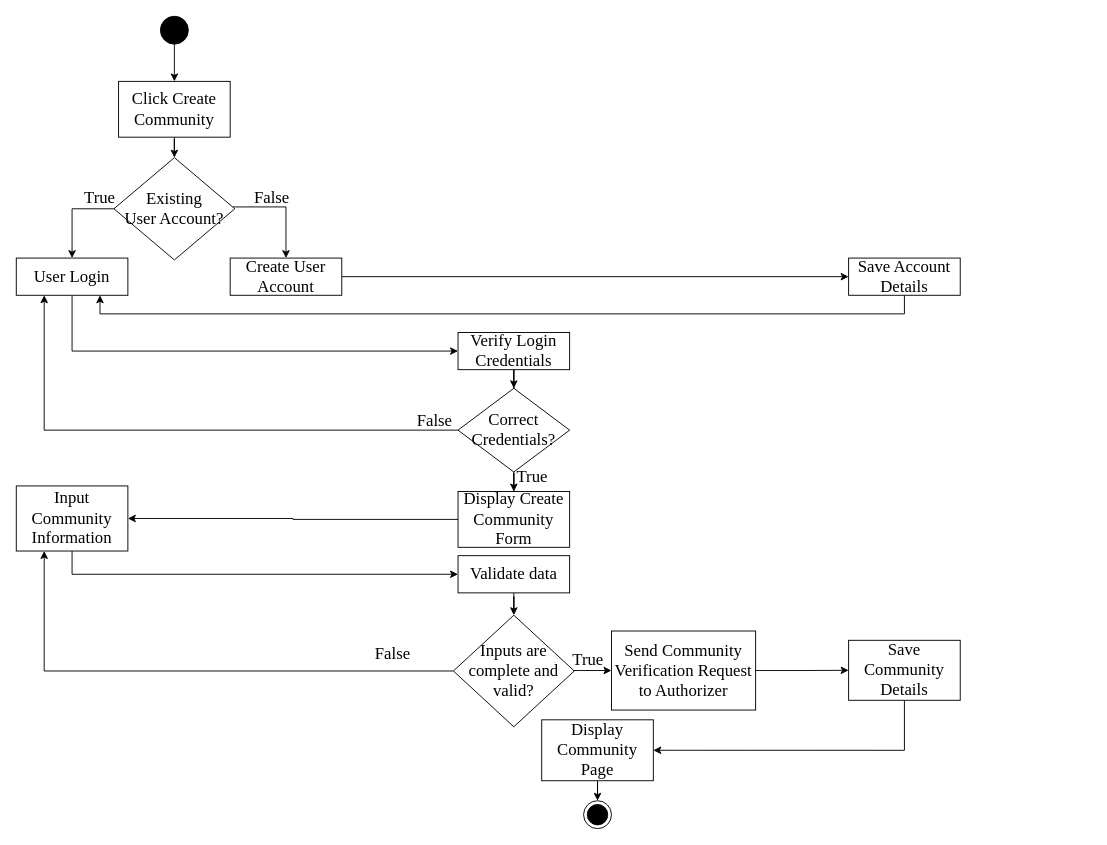
The draw.io diagram page "CommunityCreation" (5 of 12) of ConnexUs_Chap3.drawio in gvillanueva01/ConnexUs_diagrams, before the edit. Source tidied: cells renumbered, new cells numbered last; positions are measured from the earlier drawing's top-left corner, leaving out a move shared by most shapes. Both pictures are drawn from the tidied source at 93%, with x=0, y=0 at pixel (16, 16).
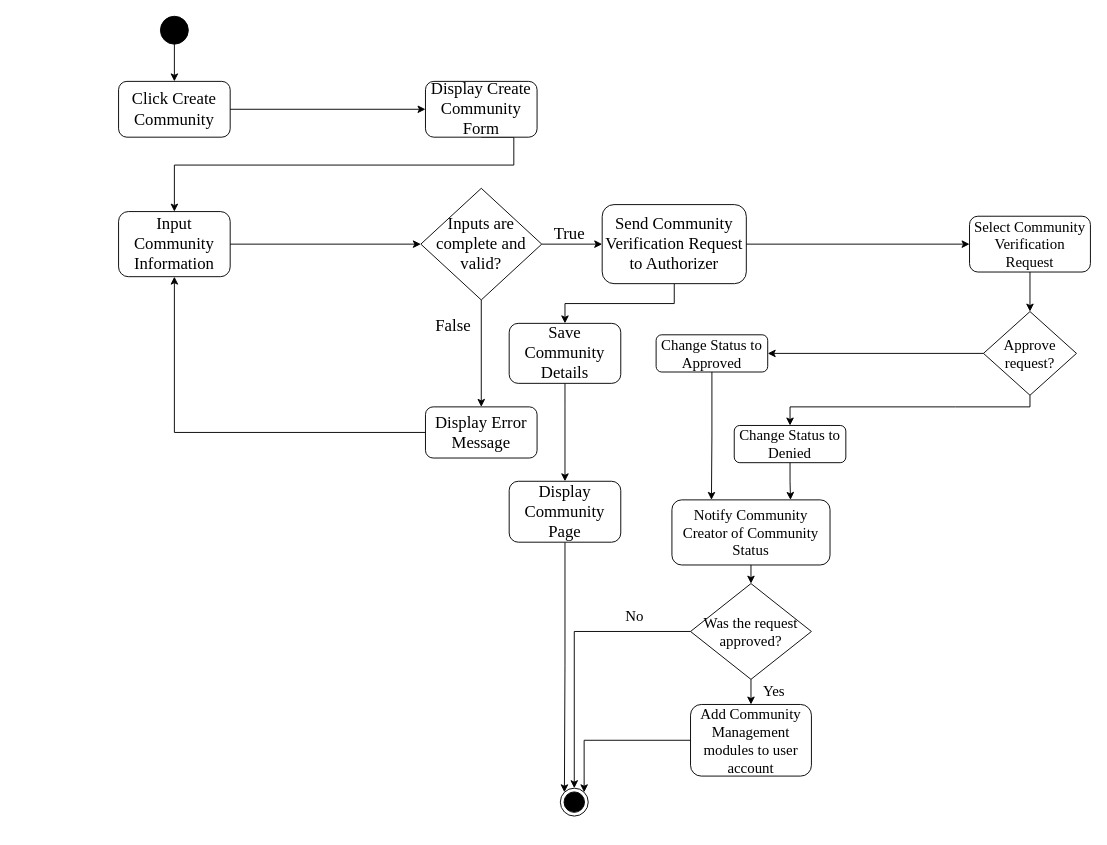
The same page after the edit.

Change to the diagram source:
```diff
@@
-    <mxCell id="4" style="edgeStyle=orthogonalEdgeStyle;rounded=0;jettySize=auto;html=1;entryX=0.5;entryY=0;entryDx=0;entryDy=0;fontSize=18;" parent="1" edge="1" source="5" target="15">
-      <mxGeometry relative="1" as="geometry" />
-    </mxCell>
-    <mxCell id="5" value="Click Create Community" style="rounded=0;whiteSpace=wrap;html=1;fontFamily=Times New Roman;fontSize=18;" parent="1" vertex="1">
+    <mxCell id="5" value="Click Create Community" style="rounded=1;whiteSpace=wrap;html=1;fontFamily=Times New Roman;fontSize=18;" parent="1" vertex="1">
       <mxGeometry x="110" y="70" width="120" height="60" as="geometry" />
     </mxCell>
-    <mxCell id="6" style="edgeStyle=orthogonalEdgeStyle;rounded=0;jettySize=auto;html=1;entryX=0.75;entryY=1;entryDx=0;entryDy=0;fontSize=18;" parent="1" edge="1" source="7" target="19">
-      <mxGeometry relative="1" as="geometry">
-        <Array as="points">
-          <mxPoint x="955" y="320" />
-          <mxPoint x="90" y="320" />
-        </Array>
-      </mxGeometry>
-    </mxCell>
-    <mxCell id="7" value="Save Account Details" style="rounded=0;whiteSpace=wrap;html=1;fontFamily=Times New Roman;fontSize=18;" parent="1" vertex="1">
-      <mxGeometry x="895" y="260" width="120" height="40" as="geometry" />
-    </mxCell>
-    <mxCell id="8" style="edgeStyle=orthogonalEdgeStyle;rounded=0;jettySize=auto;html=1;fontSize=18;" parent="1" edge="1" source="9" target="23">
-      <mxGeometry relative="1" as="geometry" />
+    <mxCell id="8" style="edgeStyle=orthogonalEdgeStyle;rounded=0;jettySize=auto;html=1;fontSize=18;entryX=0.5;entryY=0;entryDx=0;entryDy=0;exitX=0.5;exitY=1;exitDx=0;exitDy=0;" parent="1" edge="1" source="9" target="23">
+      <mxGeometry relative="1" as="geometry">
+        <Array as="points">
+          <mxPoint x="535" y="160" />
+          <mxPoint x="170" y="160" />
+        </Array>
+      </mxGeometry>
     </mxCell>
-    <mxCell id="9" value="Display Create Community Form" style="rounded=0;whiteSpace=wrap;html=1;fontFamily=Times New Roman;fontSize=18;" parent="1" vertex="1">
-      <mxGeometry x="475" y="511" width="120" height="60" as="geometry" />
+    <mxCell id="9" value="Display Create Community Form" style="rounded=1;whiteSpace=wrap;html=1;fontFamily=Times New Roman;fontSize=18;" parent="1" vertex="1">
+      <mxGeometry x="440" y="70" width="120" height="60" as="geometry" />
     </mxCell>
-    <mxCell id="10" style="edgeStyle=orthogonalEdgeStyle;rounded=0;jettySize=auto;html=1;entryX=0.25;entryY=1;entryDx=0;entryDy=0;fontSize=18;" parent="1" edge="1" source="12" target="19">
-      <mxGeometry relative="1" as="geometry" />
-    </mxCell>
-    <mxCell id="11" style="edgeStyle=orthogonalEdgeStyle;rounded=0;jettySize=auto;html=1;entryX=0.5;entryY=0;entryDx=0;entryDy=0;fontSize=18;" parent="1" edge="1" source="12" target="9">
-      <mxGeometry relative="1" as="geometry" />
-    </mxCell>
-    <mxCell id="12" value="&lt;font face=&quot;Times New Roman&quot; style=&quot;font-size: 18px;&quot;&gt;Correct Credentials?&lt;/font&gt;" style="shape=rhombus;html=1;dashed=0;whiteSpace=wrap;perimeter=rhombusPerimeter;fontSize=18;" parent="1" vertex="1">
-      <mxGeometry x="475" y="400" width="120" height="90" as="geometry" />
-    </mxCell>
-    <mxCell id="13" style="edgeStyle=orthogonalEdgeStyle;rounded=0;jettySize=auto;html=1;exitX=0;exitY=0.5;exitDx=0;exitDy=0;fontSize=18;" parent="1" edge="1" source="15" target="19">
-      <mxGeometry relative="1" as="geometry" />
-    </mxCell>
-    <mxCell id="14" style="edgeStyle=orthogonalEdgeStyle;rounded=0;jettySize=auto;html=1;fontSize=18;" parent="1" edge="1" source="15" target="17">
-      <mxGeometry relative="1" as="geometry">
-        <Array as="points">
-          <mxPoint x="290" y="205" />
-        </Array>
-      </mxGeometry>
-    </mxCell>
-    <mxCell id="15" value="&lt;font face=&quot;Times New Roman&quot; style=&quot;font-size: 18px;&quot;&gt;Existing &lt;br&gt;User Account?&lt;/font&gt;" style="shape=rhombus;html=1;dashed=0;whiteSpace=wrap;perimeter=rhombusPerimeter;fontSize=18;" parent="1" vertex="1">
-      <mxGeometry x="105" y="152" width="130" height="110" as="geometry" />
-    </mxCell>
-    <mxCell id="16" style="edgeStyle=orthogonalEdgeStyle;rounded=0;jettySize=auto;html=1;entryX=0;entryY=0.5;entryDx=0;entryDy=0;fontSize=18;" parent="1" edge="1" source="17" target="7">
-      <mxGeometry relative="1" as="geometry" />
-    </mxCell>
-    <mxCell id="17" value="Create User Account" style="rounded=0;whiteSpace=wrap;html=1;fontFamily=Times New Roman;fontSize=18;" parent="1" vertex="1">
-      <mxGeometry x="230" y="260" width="120" height="40" as="geometry" />
-    </mxCell>
-    <mxCell id="18" style="edgeStyle=orthogonalEdgeStyle;rounded=0;jettySize=auto;html=1;entryX=0;entryY=0.5;entryDx=0;entryDy=0;fontSize=18;" parent="1" edge="1" source="19" target="21">
-      <mxGeometry relative="1" as="geometry">
-        <Array as="points">
-          <mxPoint x="60" y="360" />
-        </Array>
-      </mxGeometry>
-    </mxCell>
-    <mxCell id="19" value="User Login" style="rounded=0;whiteSpace=wrap;html=1;fontFamily=Times New Roman;fontSize=18;" parent="1" vertex="1">
-      <mxGeometry y="260" width="120" height="40" as="geometry" />
-    </mxCell>
-    <mxCell id="20" style="edgeStyle=orthogonalEdgeStyle;rounded=0;jettySize=auto;html=1;entryX=0.5;entryY=0;entryDx=0;entryDy=0;fontSize=18;" parent="1" edge="1" source="21" target="12">
-      <mxGeometry relative="1" as="geometry" />
-    </mxCell>
-    <mxCell id="21" value="Verify Login Credentials" style="rounded=0;whiteSpace=wrap;html=1;fontFamily=Times New Roman;fontSize=18;" parent="1" vertex="1">
-      <mxGeometry x="475" y="340" width="120" height="40" as="geometry" />
-    </mxCell>
-    <mxCell id="22" style="edgeStyle=orthogonalEdgeStyle;rounded=0;jettySize=auto;html=1;entryX=0;entryY=0.5;entryDx=0;entryDy=0;fontSize=18;" parent="1" edge="1" source="23" target="25">
-      <mxGeometry relative="1" as="geometry">
-        <Array as="points">
-          <mxPoint x="60" y="600" />
-        </Array>
-      </mxGeometry>
-    </mxCell>
-    <mxCell id="23" value="Input Community Information" style="rounded=0;whiteSpace=wrap;html=1;fontFamily=Times New Roman;fontSize=18;" parent="1" vertex="1">
-      <mxGeometry y="505" width="120" height="70" as="geometry" />
+    <mxCell id="23" value="Input Community Information" style="rounded=1;whiteSpace=wrap;html=1;fontFamily=Times New Roman;fontSize=18;" parent="1" vertex="1">
+      <mxGeometry x="110" y="210" width="120" height="70" as="geometry" />
     </mxCell>
-    <mxCell id="24" style="edgeStyle=orthogonalEdgeStyle;rounded=0;jettySize=auto;html=1;entryX=0.5;entryY=0;entryDx=0;entryDy=0;fontSize=18;" parent="1" edge="1" source="25" target="28">
-      <mxGeometry relative="1" as="geometry" />
-    </mxCell>
-    <mxCell id="25" value="Validate data" style="rounded=0;whiteSpace=wrap;html=1;fontFamily=Times New Roman;fontSize=18;" parent="1" vertex="1">
-      <mxGeometry x="475" y="580" width="120" height="40" as="geometry" />
-    </mxCell>
-    <mxCell id="26" style="edgeStyle=orthogonalEdgeStyle;rounded=0;jettySize=auto;html=1;exitX=0;exitY=0.5;exitDx=0;exitDy=0;entryX=0.25;entryY=1;entryDx=0;entryDy=0;fontSize=18;" parent="1" edge="1" source="28" target="23">
+    <mxCell id="26" style="edgeStyle=orthogonalEdgeStyle;rounded=0;jettySize=auto;html=1;exitX=1;exitY=0.5;exitDx=0;exitDy=0;entryX=0;entryY=0.5;entryDx=0;entryDy=0;fontSize=18;" parent="1" edge="1" source="23" target="28">
       <mxGeometry relative="1" as="geometry" />
     </mxCell>
-    <mxCell id="27" style="edgeStyle=orthogonalEdgeStyle;rounded=0;jettySize=auto;html=1;entryX=0;entryY=0.5;entryDx=0;entryDy=0;fontSize=18;" parent="1" edge="1" target="32">
+    <mxCell id="27" style="edgeStyle=orthogonalEdgeStyle;rounded=0;jettySize=auto;html=1;entryX=0;entryY=0.5;entryDx=0;entryDy=0;fontSize=18;exitX=1;exitY=0.5;exitDx=0;exitDy=0;" parent="1" edge="1" source="28" target="32">
       <mxGeometry relative="1" as="geometry">
-        <mxPoint x="535.1" y="663.5" as="sourcePoint" />
         <Array as="points">
-          <mxPoint x="535" y="703.5" />
+          <mxPoint x="620" y="245" />
+          <mxPoint x="620" y="245" />
         </Array>
       </mxGeometry>
     </mxCell>
     <mxCell id="28" value="&lt;font face=&quot;Times New Roman&quot; style=&quot;font-size: 18px;&quot;&gt;Inputs are &lt;br style=&quot;font-size: 18px;&quot;&gt;complete and &lt;br style=&quot;font-size: 18px;&quot;&gt;valid?&lt;/font&gt;" style="shape=rhombus;html=1;dashed=0;whiteSpace=wrap;perimeter=rhombusPerimeter;fontSize=18;" parent="1" vertex="1">
-      <mxGeometry x="470" y="644" width="130" height="120" as="geometry" />
+      <mxGeometry x="435" y="185" width="130" height="120" as="geometry" />
     </mxCell>
-    <mxCell id="29" style="edgeStyle=orthogonalEdgeStyle;rounded=0;jettySize=auto;html=1;entryX=1;entryY=0.5;entryDx=0;entryDy=0;fontSize=18;" parent="1" edge="1" source="30" target="34">
+    <mxCell id="29" style="edgeStyle=orthogonalEdgeStyle;rounded=0;jettySize=auto;html=1;entryX=0.5;entryY=0;entryDx=0;entryDy=0;fontSize=18;exitX=0.5;exitY=1;exitDx=0;exitDy=0;" parent="1" edge="1" source="30" target="34">
       <mxGeometry relative="1" as="geometry">
         <Array as="points">
-          <mxPoint x="955" y="788.5" />
+          <mxPoint x="590" y="420" />
+          <mxPoint x="590" y="420" />
         </Array>
       </mxGeometry>
     </mxCell>
-    <mxCell id="30" value="Save Community Details" style="rounded=0;whiteSpace=wrap;html=1;fontFamily=Times New Roman;fontSize=18;" parent="1" vertex="1">
-      <mxGeometry x="895" y="671" width="120" height="64.5" as="geometry" />
+    <mxCell id="30" value="Save Community Details" style="rounded=1;whiteSpace=wrap;html=1;fontFamily=Times New Roman;fontSize=18;" parent="1" vertex="1">
+      <mxGeometry x="530" y="330.2" width="120" height="64.5" as="geometry" />
     </mxCell>
-    <mxCell id="31" style="edgeStyle=orthogonalEdgeStyle;rounded=0;jettySize=auto;html=1;entryX=0;entryY=0.5;entryDx=0;entryDy=0;fontSize=18;" parent="1" edge="1" source="32" target="30">
+    <mxCell id="31" style="edgeStyle=orthogonalEdgeStyle;rounded=0;jettySize=auto;html=1;entryX=0.5;entryY=0;entryDx=0;entryDy=0;fontSize=18;" parent="1" edge="1" source="32" target="30">
       <mxGeometry relative="1" as="geometry" />
     </mxCell>
-    <mxCell id="32" value="Send Community Verification Request to Authorizer" style="rounded=0;whiteSpace=wrap;html=1;fontFamily=Times New Roman;fontSize=18;" parent="1" vertex="1">
-      <mxGeometry x="640" y="661" width="155" height="85" as="geometry" />
+    <mxCell id="32" value="Send Community Verification Request to Authorizer" style="rounded=1;whiteSpace=wrap;html=1;fontFamily=Times New Roman;fontSize=18;" parent="1" vertex="1">
+      <mxGeometry x="630" y="202.5" width="155" height="85" as="geometry" />
     </mxCell>
-    <mxCell id="33" style="edgeStyle=orthogonalEdgeStyle;rounded=0;jettySize=auto;html=1;entryX=0.5;entryY=0;entryDx=0;entryDy=0;fontSize=18;" parent="1" edge="1" source="34" target="35">
+    <mxCell id="33" style="edgeStyle=orthogonalEdgeStyle;rounded=0;jettySize=auto;html=1;entryX=0;entryY=0;entryDx=0;entryDy=0;fontSize=18;" parent="1" edge="1" source="34" target="35">
       <mxGeometry relative="1" as="geometry" />
     </mxCell>
-    <mxCell id="34" value="Display Community Page" style="rounded=0;whiteSpace=wrap;html=1;fontFamily=Times New Roman;fontSize=18;" parent="1" vertex="1">
-      <mxGeometry x="565" y="756.5" width="120" height="65.5" as="geometry" />
+    <mxCell id="34" value="Display Community Page" style="rounded=1;whiteSpace=wrap;html=1;fontFamily=Times New Roman;fontSize=18;" parent="1" vertex="1">
+      <mxGeometry x="530" y="500" width="120" height="65.5" as="geometry" />
     </mxCell>
     <mxCell id="35" style="ellipse;html=1;shape=endState;fillColor=strokeColor;fontSize=18;" parent="1" vertex="1">
-      <mxGeometry x="610" y="843.5" width="30" height="30" as="geometry" />
+      <mxGeometry x="585" y="830" width="30" height="30" as="geometry" />
     </mxCell>
-    <mxCell id="36" value="True" style="text;html=1;strokeColor=none;fillColor=none;align=center;verticalAlign=middle;whiteSpace=wrap;rounded=0;fontFamily=Times New Roman;fontSize=18;" parent="1" vertex="1">
-      <mxGeometry x="60" y="180" width="60" height="30" as="geometry" />
-    </mxCell>
-    <mxCell id="37" value="False" style="text;html=1;strokeColor=none;fillColor=none;align=center;verticalAlign=middle;whiteSpace=wrap;rounded=0;fontFamily=Times New Roman;fontSize=18;" parent="1" vertex="1">
-      <mxGeometry x="245" y="180" width="60" height="30" as="geometry" />
-    </mxCell>
-    <mxCell id="38" value="False" style="text;html=1;strokeColor=none;fillColor=none;align=center;verticalAlign=middle;whiteSpace=wrap;rounded=0;fontFamily=Times New Roman;fontSize=18;" parent="1" vertex="1">
-      <mxGeometry x="420" y="420" width="60" height="30" as="geometry" />
-    </mxCell>
-    <mxCell id="39" value="True" style="text;html=1;strokeColor=none;fillColor=none;align=center;verticalAlign=middle;whiteSpace=wrap;rounded=0;fontFamily=Times New Roman;fontSize=18;" parent="1" vertex="1">
-      <mxGeometry x="525" y="480" width="60" height="30" as="geometry" />
-    </mxCell>
     <mxCell id="40" value="True" style="text;html=1;strokeColor=none;fillColor=none;align=center;verticalAlign=middle;whiteSpace=wrap;rounded=0;fontFamily=Times New Roman;fontSize=18;" parent="1" vertex="1">
-      <mxGeometry x="585" y="677" width="60" height="30" as="geometry" />
+      <mxGeometry x="565" y="219" width="60" height="30" as="geometry" />
     </mxCell>
     <mxCell id="41" value="False" style="text;html=1;strokeColor=none;fillColor=none;align=center;verticalAlign=middle;whiteSpace=wrap;rounded=0;fontFamily=Times New Roman;fontSize=18;" parent="1" vertex="1">
-      <mxGeometry x="375" y="671" width="60" height="30" as="geometry" />
+      <mxGeometry x="440" y="317.5" width="60" height="30" as="geometry" />
     </mxCell>
+    <mxCell id="42" style="endArrow=classic;html=1;rounded=0;exitX=1;exitY=0.5;exitDx=0;exitDy=0;entryX=0;entryY=0.5;entryDx=0;entryDy=0;" parent="1" edge="1" source="5" target="9">
+      <mxGeometry relative="1" as="geometry" />
+    </mxCell>
+    <mxCell id="43" style="edgeStyle=orthogonalEdgeStyle;rounded=0;jettySize=auto;html=1;exitX=0.5;exitY=1;exitDx=0;exitDy=0;fontSize=18;" parent="1" edge="1" source="28" target="44">
+      <mxGeometry relative="1" as="geometry" />
+    </mxCell>
+    <mxCell id="44" value="Display Error Message" style="rounded=1;whiteSpace=wrap;html=1;fontFamily=Times New Roman;fontSize=18;" parent="1" vertex="1">
+      <mxGeometry x="440" y="420" width="120" height="55" as="geometry" />
+    </mxCell>
+    <mxCell id="45" style="edgeStyle=orthogonalEdgeStyle;rounded=0;jettySize=auto;html=1;exitX=0;exitY=0.5;exitDx=0;exitDy=0;entryX=0.5;entryY=1;entryDx=0;entryDy=0;fontSize=18;" parent="1" edge="1" source="44" target="23">
+      <mxGeometry relative="1" as="geometry" />
+    </mxCell>
+    <mxCell id="46" value="Select Community Verification Request" style="rounded=1;whiteSpace=wrap;html=1;fontFamily=Times New Roman;fontSize=16;" parent="1" vertex="1">
+      <mxGeometry x="1025" y="215" width="130" height="60" as="geometry" />
+    </mxCell>
+    <mxCell id="47" style="edgeStyle=orthogonalEdgeStyle;rounded=0;jettySize=auto;html=1;entryX=0;entryY=0.5;entryDx=0;entryDy=0;fontSize=18;exitX=1;exitY=0.5;exitDx=0;exitDy=0;" parent="1" edge="1" source="32" target="46">
+      <mxGeometry relative="1" as="geometry" />
+    </mxCell>
+    <mxCell id="48" value="&lt;font face=&quot;Times New Roman&quot; style=&quot;font-size: 16px;&quot;&gt;Approve request?&lt;/font&gt;" style="shape=rhombus;html=1;dashed=0;whiteSpace=wrap;perimeter=rhombusPerimeter;fontSize=16;" parent="1" vertex="1">
+      <mxGeometry x="1040" y="317.5" width="100" height="90" as="geometry" />
+    </mxCell>
+    <mxCell id="49" style="edgeStyle=orthogonalEdgeStyle;rounded=0;jettySize=auto;html=1;entryX=0.5;entryY=0;entryDx=0;entryDy=0;fontSize=18;exitX=0.5;exitY=1;exitDx=0;exitDy=0;" parent="1" edge="1" source="46" target="48">
+      <mxGeometry relative="1" as="geometry" />
+    </mxCell>
+    <mxCell id="50" value="Change Status to Denied" style="rounded=1;whiteSpace=wrap;html=1;fontFamily=Times New Roman;fontSize=16;" parent="1" vertex="1">
+      <mxGeometry x="772" y="440" width="120" height="40" as="geometry" />
+    </mxCell>
+    <mxCell id="51" value="Change Status to Approved" style="rounded=1;whiteSpace=wrap;html=1;fontFamily=Times New Roman;fontSize=16;" parent="1" vertex="1">
+      <mxGeometry x="688" y="342.5" width="120" height="40" as="geometry" />
+    </mxCell>
+    <mxCell id="52" value="Notify Community Creator of Community Status" style="rounded=1;whiteSpace=wrap;html=1;fontFamily=Times New Roman;fontSize=16;" parent="1" vertex="1">
+      <mxGeometry x="705" y="520" width="170" height="70" as="geometry" />
+    </mxCell>
+    <mxCell id="53" value="&lt;font face=&quot;Times New Roman&quot; style=&quot;font-size: 16px;&quot;&gt;Was the request approved?&lt;/font&gt;" style="shape=rhombus;html=1;dashed=0;whiteSpace=wrap;perimeter=rhombusPerimeter;fontSize=16;" parent="1" vertex="1">
+      <mxGeometry x="725" y="610" width="130" height="103" as="geometry" />
+    </mxCell>
+    <mxCell id="54" value="Add Community Management modules to user account" style="rounded=1;whiteSpace=wrap;html=1;fontFamily=Times New Roman;fontSize=16;" parent="1" vertex="1">
+      <mxGeometry x="725" y="740" width="130" height="77" as="geometry" />
+    </mxCell>
+    <mxCell id="55" style="edgeStyle=orthogonalEdgeStyle;rounded=0;jettySize=auto;html=1;entryX=1;entryY=0.5;entryDx=0;entryDy=0;fontSize=18;exitX=0;exitY=0.5;exitDx=0;exitDy=0;" parent="1" edge="1" source="48" target="51">
+      <mxGeometry relative="1" as="geometry" />
+    </mxCell>
+    <mxCell id="56" style="edgeStyle=orthogonalEdgeStyle;rounded=0;jettySize=auto;html=1;entryX=0.5;entryY=0;entryDx=0;entryDy=0;fontSize=18;exitX=0.5;exitY=1;exitDx=0;exitDy=0;" parent="1" edge="1" source="48" target="50">
+      <mxGeometry relative="1" as="geometry">
+        <Array as="points">
+          <mxPoint x="1010" y="420" />
+          <mxPoint x="870" y="420" />
+        </Array>
+      </mxGeometry>
+    </mxCell>
+    <mxCell id="57" style="edgeStyle=orthogonalEdgeStyle;rounded=0;jettySize=auto;html=1;fontSize=18;exitX=0.5;exitY=1;exitDx=0;exitDy=0;entryX=0.25;entryY=0;entryDx=0;entryDy=0;" parent="1" edge="1" source="51" target="52">
+      <mxGeometry relative="1" as="geometry" />
+    </mxCell>
+    <mxCell id="58" style="edgeStyle=orthogonalEdgeStyle;rounded=0;jettySize=auto;html=1;entryX=0.75;entryY=0;entryDx=0;entryDy=0;fontSize=18;exitX=0.5;exitY=1;exitDx=0;exitDy=0;" parent="1" edge="1" source="50" target="52">
+      <mxGeometry relative="1" as="geometry" />
+    </mxCell>
+    <mxCell id="59" style="edgeStyle=orthogonalEdgeStyle;rounded=0;jettySize=auto;html=1;entryX=0.5;entryY=0;entryDx=0;entryDy=0;fontSize=18;exitX=0.5;exitY=1;exitDx=0;exitDy=0;" parent="1" edge="1" source="52" target="53">
+      <mxGeometry relative="1" as="geometry" />
+    </mxCell>
+    <mxCell id="60" style="edgeStyle=orthogonalEdgeStyle;rounded=0;jettySize=auto;html=1;entryX=0.5;entryY=0;entryDx=0;entryDy=0;fontSize=18;exitX=0.5;exitY=1;exitDx=0;exitDy=0;" parent="1" edge="1" source="53" target="54">
+      <mxGeometry relative="1" as="geometry" />
+    </mxCell>
+    <mxCell id="61" style="edgeStyle=orthogonalEdgeStyle;rounded=0;jettySize=auto;html=1;entryX=0.5;entryY=0;entryDx=0;entryDy=0;fontSize=18;exitX=0;exitY=0.5;exitDx=0;exitDy=0;" parent="1" edge="1" source="53" target="35">
+      <mxGeometry relative="1" as="geometry" />
+    </mxCell>
+    <mxCell id="62" value="Yes" style="text;html=1;strokeColor=none;fillColor=none;align=center;verticalAlign=middle;whiteSpace=wrap;rounded=0;fontFamily=Times New Roman;fontSize=16;" parent="1" vertex="1">
+      <mxGeometry x="785" y="710" width="60" height="30" as="geometry" />
+    </mxCell>
+    <mxCell id="63" value="No" style="text;html=1;strokeColor=none;fillColor=none;align=center;verticalAlign=middle;whiteSpace=wrap;rounded=0;fontFamily=Times New Roman;fontSize=16;" parent="1" vertex="1">
+      <mxGeometry x="635" y="630" width="60" height="30" as="geometry" />
+    </mxCell>
+    <mxCell id="64" style="edgeStyle=orthogonalEdgeStyle;rounded=0;jettySize=auto;html=1;entryX=1;entryY=0;entryDx=0;entryDy=0;fontSize=18;exitX=0;exitY=0.5;exitDx=0;exitDy=0;" parent="1" edge="1" source="54" target="35">
+      <mxGeometry relative="1" as="geometry" />
+    </mxCell>
```
